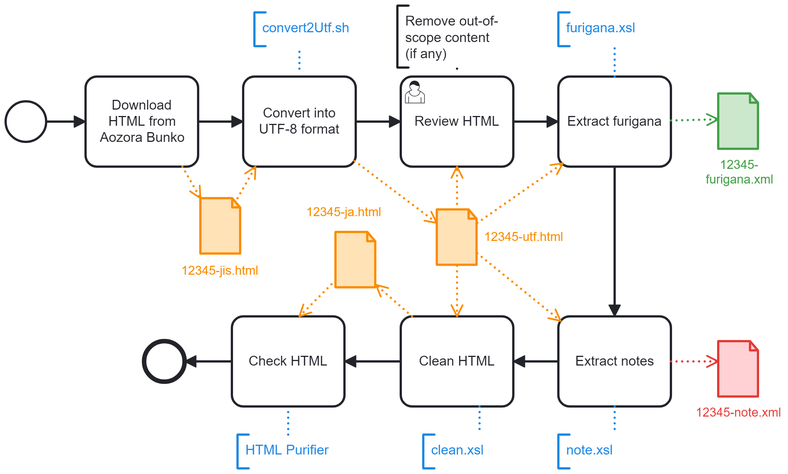
Above: 1-CleanUp.png in japotrad/blue-sora (BPMN), before the change. Its source is kept beside it as 1-CleanUp.bpmn. Ids are renumbered.
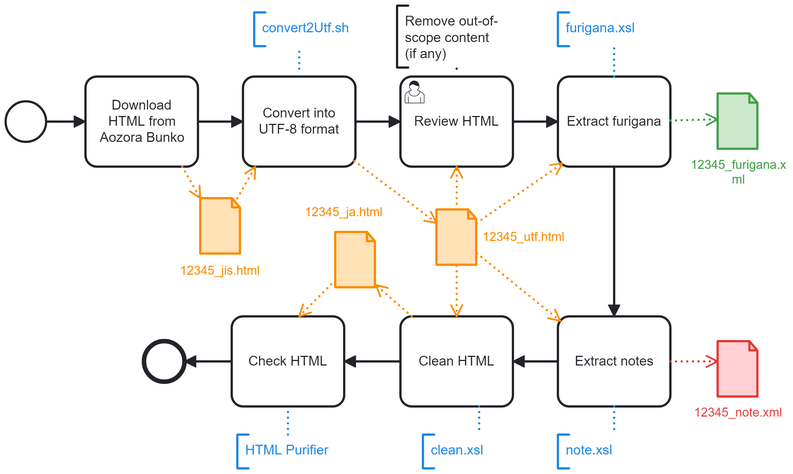
After the commit.

The edit, as a diff of the source:
```diff
@@ -27,7 +27,7 @@
       </bpmn:dataOutputAssociation>
     </bpmn:task>
     <bpmn:sequenceFlow id="Flow_n4" sourceRef="Activity_n3" targetRef="Activity_n7" />
-    <bpmn:dataObjectReference id="DataObjectReference_n6" name="12345-jis.html" dataObjectRef="DataObject_n13" />
+    <bpmn:dataObjectReference id="DataObjectReference_n6" name="12345_jis.html" dataObjectRef="DataObject_n13" />
     <bpmn:dataObject id="DataObject_n13" />
     <bpmn:task id="Activity_n14" name="Extract furigana">
       <bpmn:documentation>Generate an XML file containing only furigana, along with their location in the file.</bpmn:documentation>
@@ -42,7 +42,7 @@
         <bpmn:targetRef>DataObjectReference_n20</bpmn:targetRef>
       </bpmn:dataOutputAssociation>
     </bpmn:task>
-    <bpmn:dataObjectReference id="DataObjectReference_n20" name="12345-furigana.xml" dataObjectRef="DataObject_n21" />
+    <bpmn:dataObjectReference id="DataObjectReference_n20" name="12345_furigana.xml" dataObjectRef="DataObject_n21" />
     <bpmn:dataObject id="DataObject_n21" />
     <bpmn:task id="Activity_n22" name="Extract notes">
       <bpmn:documentation>Generate an XML file containing only Aozora's notes, along with their location in the file.</bpmn:documentation>
@@ -58,7 +58,7 @@
       </bpmn:dataOutputAssociation>
     </bpmn:task>
     <bpmn:sequenceFlow id="Flow_n16" sourceRef="Activity_n14" targetRef="Activity_n22" />
-    <bpmn:dataObjectReference id="DataObjectReference_n27" name="12345-note.xml" dataObjectRef="DataObject_n28" />
+    <bpmn:dataObjectReference id="DataObjectReference_n27" name="12345_note.xml" dataObjectRef="DataObject_n28" />
     <bpmn:dataObject id="DataObject_n28" />
     <bpmn:task id="Activity_n29" name="Check HTML">
       <bpmn:documentation>Check conformance to a simplified XHTML format.</bpmn:documentation>
@@ -75,9 +75,9 @@
       <bpmn:incoming>Flow_n31</bpmn:incoming>
     </bpmn:endEvent>
     <bpmn:sequenceFlow id="Flow_n31" sourceRef="Activity_n29" targetRef="Event_n36" />
-    <bpmn:dataObjectReference id="DataObjectReference_n34" name="12345-ja.html" dataObjectRef="DataObject_n37" />
+    <bpmn:dataObjectReference id="DataObjectReference_n34" name="12345_ja.html" dataObjectRef="DataObject_n37" />
     <bpmn:dataObject id="DataObject_n37" />
-    <bpmn:dataObjectReference id="DataObjectReference_n12" name="12345-utf.html" dataObjectRef="DataObject_n38" />
+    <bpmn:dataObjectReference id="DataObjectReference_n12" name="12345_utf.html" dataObjectRef="DataObject_n38" />
     <bpmn:dataObject id="DataObject_n38" />
     <bpmn:sequenceFlow id="Flow_n8" sourceRef="Activity_n7" targetRef="Activity_n39" />
     <bpmn:task id="Activity_n35" name="Clean HTML">
@@ -155,7 +155,7 @@
       <bpmndi:BPMNShape id="DataObjectReference_n6_di" bpmnElement="DataObjectReference_n6" bioc:stroke="#fb8c00" bioc:fill="#ffe0b2" color:background-color="#ffe0b2" color:border-color="#fb8c00">
         <dc:Bounds x="352" y="245" width="36" height="50" />
         <bpmndi:BPMNLabel>
-          <dc:Bounds x="335" y="303" width="69" height="14" />
+          <dc:Bounds x="334" y="303" width="72" height="14" />
         </bpmndi:BPMNLabel>
       </bpmndi:BPMNShape>
       <bpmndi:BPMNShape id="Activity_n14_di" bpmnElement="Activity_n14">
@@ -165,7 +165,7 @@
       <bpmndi:BPMNShape id="DataObjectReference_n20_di" bpmnElement="DataObjectReference_n20" bioc:stroke="#43a047" bioc:fill="#c8e6c9" color:background-color="#c8e6c9" color:border-color="#43a047">
         <dc:Bounds x="812" y="152" width="36" height="50" />
         <bpmndi:BPMNLabel>
-          <dc:Bounds x="801" y="209" width="60" height="27" />
+          <dc:Bounds x="788" y="209" width="86" height="27" />
         </bpmndi:BPMNLabel>
       </bpmndi:BPMNShape>
       <bpmndi:BPMNShape id="Activity_n22_di" bpmnElement="Activity_n22">
@@ -175,7 +175,7 @@
       <bpmndi:BPMNShape id="DataObjectReference_n27_di" bpmnElement="DataObjectReference_n27" bioc:stroke="#e53935" bioc:fill="#ffcdd2" color:background-color="#ffcdd2" color:border-color="#e53935">
         <dc:Bounds x="812" y="372" width="36" height="50" />
         <bpmndi:BPMNLabel>
-          <dc:Bounds x="792" y="429" width="77" height="14" />
+          <dc:Bounds x="791" y="429" width="79" height="14" />
         </bpmndi:BPMNLabel>
       </bpmndi:BPMNShape>
       <bpmndi:BPMNShape id="Activity_n29_di" bpmnElement="Activity_n29">
@@ -188,13 +188,13 @@
       <bpmndi:BPMNShape id="DataObjectReference_n34_di" bpmnElement="DataObjectReference_n34" bioc:stroke="#fb8c00" bioc:fill="#ffe0b2" color:background-color="#ffe0b2" color:border-color="#fb8c00">
         <dc:Bounds x="472" y="275" width="36" height="50" />
         <bpmndi:BPMNLabel>
-          <dc:Bounds x="446" y="251" width="67" height="14" />
+          <dc:Bounds x="445" y="251" width="70" height="14" />
         </bpmndi:BPMNLabel>
       </bpmndi:BPMNShape>
       <bpmndi:BPMNShape id="DataObjectReference_n12_di" bpmnElement="DataObjectReference_n12" bioc:stroke="#fb8c00" bioc:fill="#ffe0b2" color:background-color="#ffe0b2" color:border-color="#fb8c00">
         <dc:Bounds x="562" y="255" width="36" height="50" />
         <bpmndi:BPMNLabel color:color="#fb8c00">
-          <dc:Bounds x="604" y="273" width="71" height="14" />
+          <dc:Bounds x="603" y="273" width="74" height="14" />
         </bpmndi:BPMNLabel>
       </bpmndi:BPMNShape>
       <bpmndi:BPMNShape id="Activity_n35_di" bpmnElement="Activity_n35">
```
